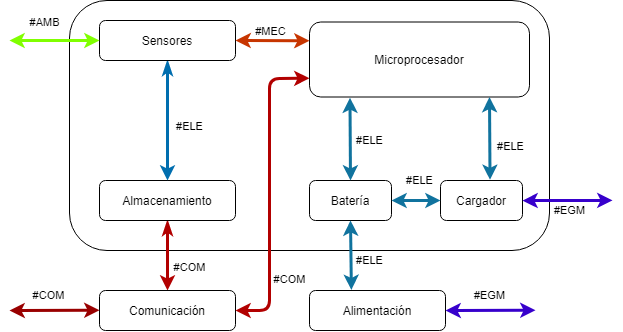
tlondero/Dise-o keeps this draw.io diagram as Informe/Factibilidad/ImagenesFactibilidad/EsquemaModular.png. Above is the earlier version. Source tidied: cells renumbered, new cells last; positions are measured from the earlier drawing's top-left corner, leaving out a move shared by most shapes.
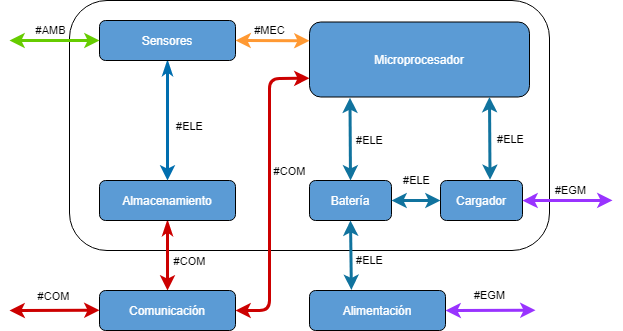
After the change.

The edit, as a diff of the source:
```diff
@@ -5,21 +5,21 @@
     <mxCell id="2" style="rounded=1;whiteSpace=wrap;html=1;fillColor=none;" parent="1" vertex="1">
       <mxGeometry x="60" width="480" height="250" as="geometry" />
     </mxCell>
-    <mxCell id="3" value="Microprocesador" style="rounded=1;whiteSpace=wrap;html=1;" parent="1" vertex="1">
+    <mxCell id="3" value="&lt;font color=&quot;#ffffff&quot;&gt;Microprocesador&lt;/font&gt;" style="rounded=1;whiteSpace=wrap;html=1;fillColor=#5B9BD5;" parent="1" vertex="1">
       <mxGeometry x="300" y="21.5" width="220" height="75" as="geometry" />
     </mxCell>
-    <mxCell id="4" style="edgeStyle=orthogonalEdgeStyle;rounded=0;jettySize=auto;html=1;startArrow=classicThin;startFill=1;strokeWidth=3;fillColor=#e51400;strokeColor=#B20000;" parent="1" edge="1" source="6" target="7">
+    <mxCell id="4" style="edgeStyle=orthogonalEdgeStyle;rounded=0;jettySize=auto;html=1;startArrow=classicThin;startFill=1;strokeWidth=3;fillColor=#e51400;strokeColor=#CC0000;" parent="1" edge="1" source="6" target="7">
       <mxGeometry relative="1" as="geometry" />
     </mxCell>
     <mxCell id="5" value="#COM" style="edgeLabel;html=1;align=center;verticalAlign=middle;labelBackgroundColor=none;" parent="4" vertex="1">
       <mxGeometry x="0.33" y="2" relative="1" as="geometry">
-        <mxPoint x="20" as="offset" />
+        <mxPoint x="20" y="-6" as="offset" />
       </mxGeometry>
     </mxCell>
-    <mxCell id="6" value="Almacenamiento" style="rounded=1;whiteSpace=wrap;html=1;" parent="1" vertex="1">
+    <mxCell id="6" value="&lt;font color=&quot;#ffffff&quot;&gt;Almacenamiento&lt;/font&gt;" style="rounded=1;whiteSpace=wrap;html=1;fillColor=#5B9BD5;" parent="1" vertex="1">
       <mxGeometry x="90" y="180" width="136" height="40" as="geometry" />
     </mxCell>
-    <mxCell id="7" value="Comunicación" style="rounded=1;whiteSpace=wrap;html=1;" parent="1" vertex="1">
+    <mxCell id="7" value="&lt;font color=&quot;#ffffff&quot;&gt;Comunicación&lt;/font&gt;" style="rounded=1;whiteSpace=wrap;html=1;fillColor=#5B9BD5;" parent="1" vertex="1">
       <mxGeometry x="90" y="290" width="136" height="40" as="geometry" />
     </mxCell>
     <mxCell id="8" style="edgeStyle=orthogonalEdgeStyle;rounded=0;jettySize=auto;html=1;startArrow=classicThin;startFill=1;strokeWidth=3;fillColor=#1ba1e2;strokeColor=#006EAF;" parent="1" edge="1" source="10" target="6">
@@ -30,13 +30,13 @@
         <mxPoint x="20" y="26" as="offset" />
       </mxGeometry>
     </mxCell>
-    <mxCell id="10" value="Sensores" style="rounded=1;whiteSpace=wrap;html=1;" parent="1" vertex="1">
+    <mxCell id="10" value="&lt;font color=&quot;#ffffff&quot;&gt;Sensores&lt;/font&gt;" style="rounded=1;whiteSpace=wrap;html=1;fillColor=#5B9BD5;" parent="1" vertex="1">
       <mxGeometry x="90" y="20" width="136" height="40" as="geometry" />
     </mxCell>
-    <mxCell id="11" value="Batería" style="rounded=1;whiteSpace=wrap;html=1;" parent="1" vertex="1">
+    <mxCell id="11" value="&lt;font color=&quot;#ffffff&quot;&gt;Batería&lt;/font&gt;" style="rounded=1;whiteSpace=wrap;html=1;fillColor=#5B9BD5;" parent="1" vertex="1">
       <mxGeometry x="300" y="180" width="82" height="40" as="geometry" />
     </mxCell>
-    <mxCell id="12" value="Alimentación" style="rounded=1;whiteSpace=wrap;html=1;" parent="1" vertex="1">
+    <mxCell id="12" value="&lt;font color=&quot;#ffffff&quot;&gt;Alimentación&lt;/font&gt;" style="rounded=1;whiteSpace=wrap;html=1;fillColor=#5B9BD5;" parent="1" vertex="1">
       <mxGeometry x="300" y="290" width="136" height="40" as="geometry" />
     </mxCell>
     <mxCell id="13" style="endArrow=classic;startArrow=classic;html=1;strokeWidth=3;fillColor=#b1ddf0;exitX=0.5;exitY=0;exitDx=0;exitDy=0;strokeColor=#10739e;entryX=0.184;entryY=1.009;entryDx=0;entryDy=0;entryPerimeter=0;" parent="1" edge="1" source="11" target="3">
@@ -47,7 +47,7 @@
         <mxPoint x="18" y="-6" as="offset" />
       </mxGeometry>
     </mxCell>
-    <mxCell id="15" style="endArrow=classic;startArrow=classic;html=1;strokeWidth=3;fillColor=#fa6800;exitX=1;exitY=0.5;exitDx=0;exitDy=0;entryX=0;entryY=0.25;entryDx=0;entryDy=0;strokeColor=#C73500;" parent="1" edge="1" source="10" target="3">
+    <mxCell id="15" style="endArrow=classic;startArrow=classic;html=1;strokeWidth=3;fillColor=#fa6800;exitX=1;exitY=0.5;exitDx=0;exitDy=0;entryX=0;entryY=0.25;entryDx=0;entryDy=0;strokeColor=#FF9933;" parent="1" edge="1" source="10" target="3">
       <mxGeometry relative="1" as="geometry" />
     </mxCell>
     <mxCell id="16" value="#MEC" style="edgeLabel;html=1;align=center;verticalAlign=middle;labelBackgroundColor=none;" parent="15" vertex="1">
@@ -66,7 +66,7 @@
         <mxPoint x="18" y="-16" as="offset" />
       </mxGeometry>
     </mxCell>
-    <mxCell id="19" style="endArrow=classic;startArrow=classic;html=1;strokeWidth=3;fillColor=#e51400;exitX=1;exitY=0.5;exitDx=0;exitDy=0;entryX=0;entryY=0.75;entryDx=0;entryDy=0;strokeColor=#B20000;" parent="1" edge="1" source="7" target="3">
+    <mxCell id="19" style="endArrow=classic;startArrow=classic;html=1;strokeWidth=3;fillColor=#e51400;exitX=1;exitY=0.5;exitDx=0;exitDy=0;entryX=0;entryY=0.75;entryDx=0;entryDy=0;strokeColor=#CC0000;" parent="1" edge="1" source="7" target="3">
       <mxGeometry relative="1" as="geometry">
         <Array as="points">
           <mxPoint x="260" y="310" />
@@ -76,20 +76,20 @@
     </mxCell>
     <mxCell id="20" value="#COM" style="edgeLabel;html=1;align=center;verticalAlign=middle;labelBackgroundColor=none;" parent="19" vertex="1">
       <mxGeometry x="-0.57" y="-4" relative="1" as="geometry">
-        <mxPoint x="16" as="offset" />
+        <mxPoint x="16" y="-108" as="offset" />
       </mxGeometry>
     </mxCell>
-    <mxCell id="21" style="endArrow=classic;startArrow=classic;html=1;strokeWidth=3;fillColor=#d5e8d4;entryX=0;entryY=0.5;entryDx=0;entryDy=0;gradientColor=#97d077;strokeColor=#80FF00;" parent="1" edge="1" target="10">
+    <mxCell id="21" style="endArrow=classic;startArrow=classic;html=1;strokeWidth=3;fillColor=#d5e8d4;entryX=0;entryY=0.5;entryDx=0;entryDy=0;gradientColor=#97d077;strokeColor=#66CC00;" parent="1" edge="1" target="10">
       <mxGeometry relative="1" as="geometry">
         <mxPoint y="40" as="sourcePoint" />
       </mxGeometry>
     </mxCell>
     <mxCell id="22" value="#AMB" style="edgeLabel;html=1;align=center;verticalAlign=middle;labelBackgroundColor=none;" parent="21" vertex="1">
       <mxGeometry x="-0.23" y="1" relative="1" as="geometry">
-        <mxPoint y="-17" as="offset" />
+        <mxPoint x="6" y="-9" as="offset" />
       </mxGeometry>
     </mxCell>
-    <mxCell id="23" style="endArrow=classic;startArrow=classic;html=1;strokeWidth=3;fillColor=none;entryX=0;entryY=0.5;entryDx=0;entryDy=0;strokeColor=#990000;" parent="1" edge="1">
+    <mxCell id="23" style="endArrow=classic;startArrow=classic;html=1;strokeWidth=3;fillColor=none;entryX=0;entryY=0.5;entryDx=0;entryDy=0;strokeColor=#CC0000;" parent="1" edge="1">
       <mxGeometry relative="1" as="geometry">
         <mxPoint y="310" as="sourcePoint" />
         <mxPoint x="90" y="309.8" as="targetPoint" />
@@ -97,10 +97,10 @@
     </mxCell>
     <mxCell id="24" value="#COM" style="edgeLabel;html=1;align=center;verticalAlign=middle;labelBackgroundColor=none;" parent="23" vertex="1">
       <mxGeometry x="-0.15" y="2" relative="1" as="geometry">
-        <mxPoint y="-13" as="offset" />
+        <mxPoint x="5" y="-12" as="offset" />
       </mxGeometry>
     </mxCell>
-    <mxCell id="25" style="endArrow=classic;startArrow=classic;html=1;strokeWidth=3;fillColor=#6a00ff;entryX=0;entryY=0.5;entryDx=0;entryDy=0;strokeColor=#3700CC;" parent="1" edge="1">
+    <mxCell id="25" style="endArrow=classic;startArrow=classic;html=1;strokeWidth=3;fillColor=#6a00ff;entryX=0;entryY=0.5;entryDx=0;entryDy=0;strokeColor=#9933FF;" parent="1" edge="1">
       <mxGeometry relative="1" as="geometry">
         <mxPoint x="436" y="310" as="sourcePoint" />
         <mxPoint x="526" y="309.8" as="targetPoint" />
@@ -111,7 +111,7 @@
         <mxPoint x="-16" y="-14" as="offset" />
       </mxGeometry>
     </mxCell>
-    <mxCell id="27" value="Cargador" style="rounded=1;whiteSpace=wrap;html=1;" parent="1" vertex="1">
+    <mxCell id="27" value="&lt;font color=&quot;#ffffff&quot;&gt;Cargador&lt;/font&gt;" style="rounded=1;whiteSpace=wrap;html=1;fillColor=#5B9BD5;" parent="1" vertex="1">
       <mxGeometry x="431" y="180" width="82" height="40" as="geometry" />
     </mxCell>
     <mxCell id="28" style="endArrow=classic;startArrow=classic;html=1;strokeWidth=3;fillColor=#b1ddf0;entryX=0;entryY=0.5;entryDx=0;entryDy=0;exitX=1;exitY=0.5;exitDx=0;exitDy=0;strokeColor=#10739e;" parent="1" edge="1" source="11" target="27">
@@ -119,10 +119,10 @@
     </mxCell>
     <mxCell id="29" value="#ELE" style="edgeLabel;html=1;align=center;verticalAlign=middle;labelBackgroundColor=none;" parent="28" vertex="1">
       <mxGeometry x="0.7" y="2" relative="1" as="geometry">
-        <mxPoint x="-14" y="-18" as="offset" />
+        <mxPoint x="-17" y="-18" as="offset" />
       </mxGeometry>
     </mxCell>
-    <mxCell id="30" style="endArrow=classic;startArrow=classic;html=1;strokeWidth=3;fillColor=#6a00ff;entryX=0;entryY=0.5;entryDx=0;entryDy=0;strokeColor=#3700CC;" parent="1" edge="1">
+    <mxCell id="30" style="endArrow=classic;startArrow=classic;html=1;strokeWidth=3;fillColor=#6a00ff;entryX=0;entryY=0.5;entryDx=0;entryDy=0;strokeColor=#9933FF;" parent="1" edge="1">
       <mxGeometry relative="1" as="geometry">
         <mxPoint x="513" y="200.1" as="sourcePoint" />
         <mxPoint x="603" y="199.9" as="targetPoint" />
@@ -130,7 +130,7 @@
     </mxCell>
     <mxCell id="31" value="#EGM" style="edgeLabel;html=1;align=center;verticalAlign=middle;labelBackgroundColor=none;" parent="30" vertex="1">
       <mxGeometry x="0.49" relative="1" as="geometry">
-        <mxPoint x="-20" y="10" as="offset" />
+        <mxPoint x="-20" y="-10" as="offset" />
       </mxGeometry>
     </mxCell>
     <mxCell id="32" style="endArrow=classic;startArrow=classic;html=1;strokeWidth=3;fillColor=#b1ddf0;exitX=0.5;exitY=0;exitDx=0;exitDy=0;strokeColor=#10739e;entryX=0.184;entryY=1.009;entryDx=0;entryDy=0;entryPerimeter=0;" parent="1" edge="1">
@@ -141,7 +141,7 @@
     </mxCell>
     <mxCell id="33" value="#ELE" style="edgeLabel;html=1;align=center;verticalAlign=middle;labelBackgroundColor=none;" parent="32" vertex="1">
       <mxGeometry x="-0.19" y="-2" relative="1" as="geometry">
-        <mxPoint x="18" as="offset" />
+        <mxPoint x="18" y="-7" as="offset" />
       </mxGeometry>
     </mxCell>
   </root>
```
